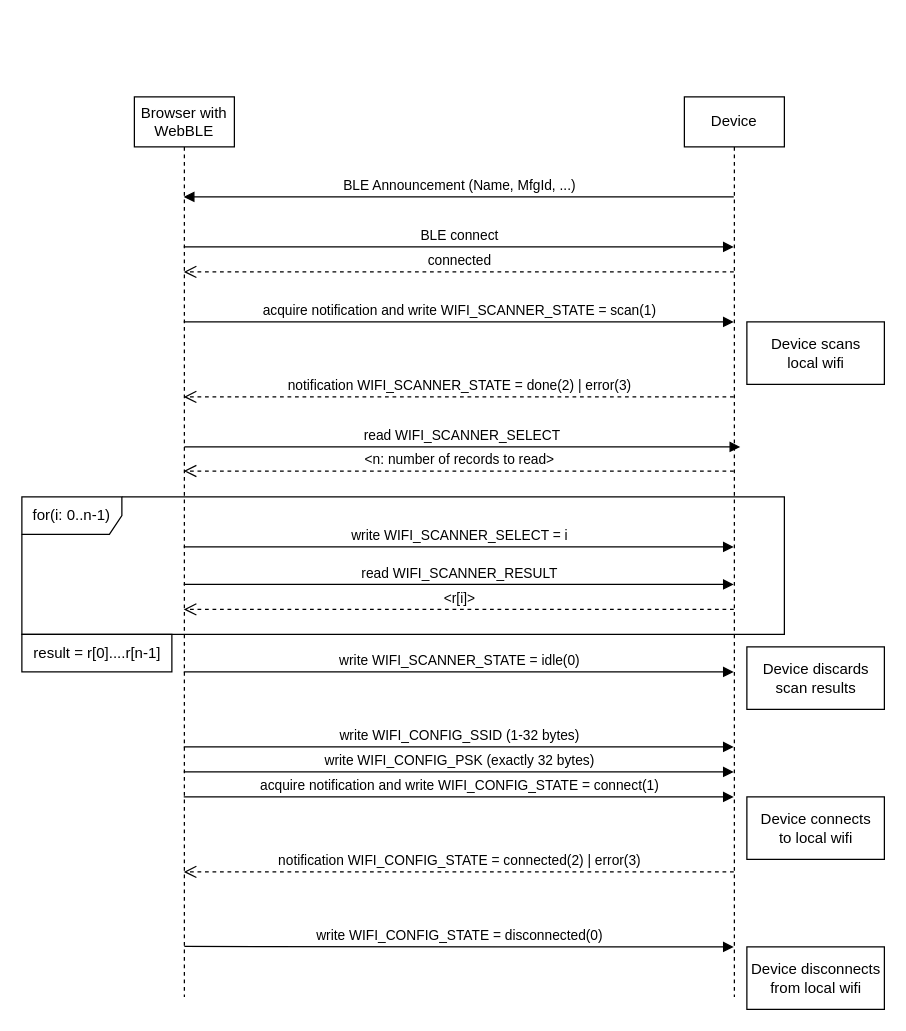
Before: docs/sequence_ble_wifi_setup.drawio in omnect/wifi-commissioning-gatt-service, a draw.io diagram. Source tidied: cells renumbered, new cells numbered last; positions are measured from the earlier drawing's top-left corner, leaving out a move shared by most shapes. Both pictures are drawn from the tidied source at 125%, with x=0, y=0 at pixel (21, 96).
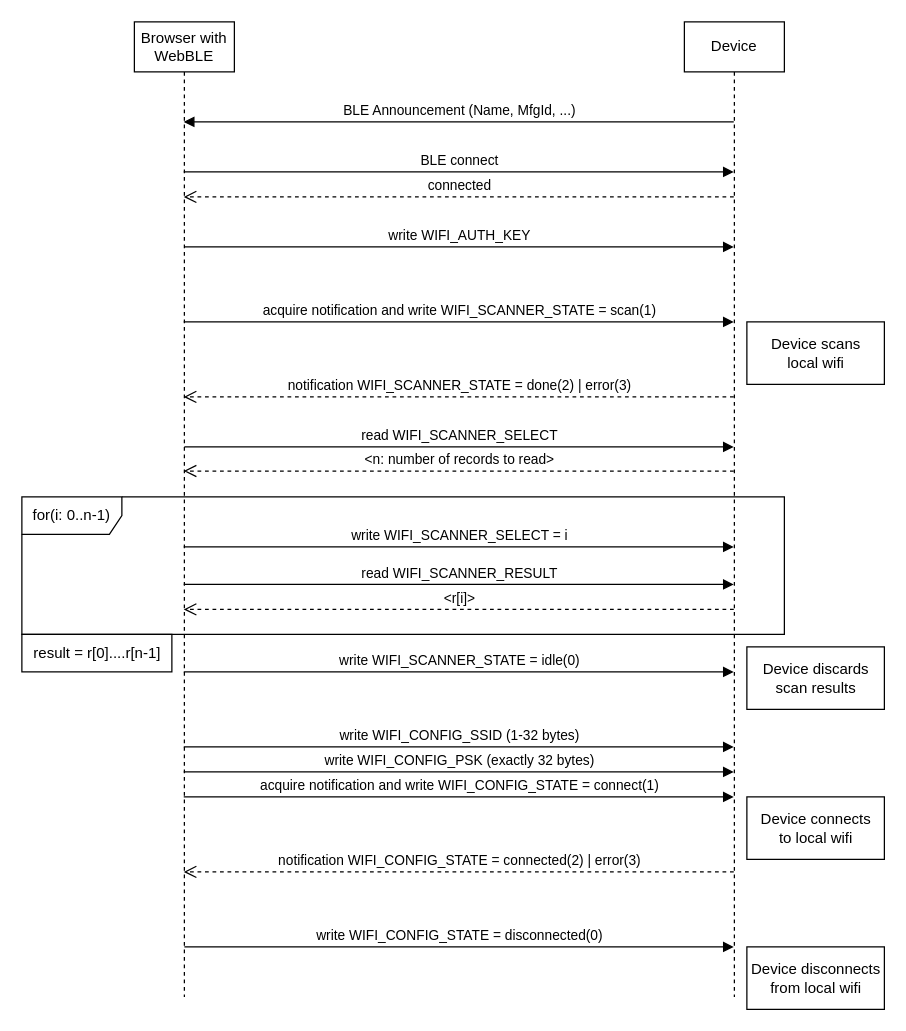
After the change.

What changed in the source:
```diff
@@
     <mxCell id="2" value="&lt;span&gt;Browser with WebBLE&lt;/span&gt;" style="shape=umlLifeline;perimeter=lifelinePerimeter;whiteSpace=wrap;html=1;outlineConnect=0;" parent="1" vertex="1">
-      <mxGeometry x="90" width="80" height="720" as="geometry" />
+      <mxGeometry x="90" y="-60" width="80" height="780" as="geometry" />
     </mxCell>
     <mxCell id="3" value="Device" style="shape=umlLifeline;perimeter=lifelinePerimeter;whiteSpace=wrap;html=1;outlineConnect=0;" parent="1" vertex="1">
-      <mxGeometry x="530" width="80" height="720" as="geometry" />
+      <mxGeometry x="530" y="-60" width="80" height="780" as="geometry" />
     </mxCell>
     <mxCell id="4" value="BLE Announcement (Name, MfgId, ...)" style="html=1;verticalAlign=bottom;endArrow=block;" parent="1" edge="1" source="3" target="2">
       <mxGeometry relative="1" as="geometry">
         <Array as="points">
-          <mxPoint x="460" y="80" />
+          <mxPoint x="470" y="20" />
         </Array>
       </mxGeometry>
     </mxCell>
     <mxCell id="5" value="BLE connect" style="html=1;verticalAlign=bottom;endArrow=block;" parent="1" edge="1" source="2" target="3">
       <mxGeometry relative="1" as="geometry">
         <Array as="points">
-          <mxPoint x="370" y="120" />
+          <mxPoint x="390" y="60" />
         </Array>
       </mxGeometry>
     </mxCell>
     <mxCell id="6" value="connected" style="html=1;verticalAlign=bottom;endArrow=open;dashed=1;endSize=8;" parent="1" edge="1" source="3" target="2">
       <mxGeometry relative="1" as="geometry">
         <Array as="points">
-          <mxPoint x="360" y="140" />
+          <mxPoint x="360" y="80" />
         </Array>
       </mxGeometry>
     </mxCell>
@@
-    <mxCell id="9" value="read WIFI_SCANNER_SELECT" style="html=1;verticalAlign=bottom;endArrow=block;" parent="1" edge="1">
+    <mxCell id="9" value="read WIFI_SCANNER_SELECT" style="html=1;verticalAlign=bottom;endArrow=block;" parent="1" edge="1" target="3">
       <mxGeometry relative="1" as="geometry">
         <mxPoint x="130" y="280" as="sourcePoint" />
-        <mxPoint x="574.7" y="280" as="targetPoint" />
         <Array as="points">
           <mxPoint x="390.2" y="280" />
         </Array>
       </mxGeometry>
     </mxCell>
@@
-    <mxCell id="24" value="write WIFI_CONFIG_STATE = disconnected(0)" style="html=1;verticalAlign=bottom;endArrow=block;exitX=0.5;exitY=0.944;exitDx=0;exitDy=0;exitPerimeter=0;" parent="1" edge="1" source="2">
+    <mxCell id="24" value="write WIFI_CONFIG_STATE = disconnected(0)" style="html=1;verticalAlign=bottom;endArrow=block;" parent="1" edge="1">
       <mxGeometry relative="1" as="geometry">
+        <mxPoint x="130" y="680" as="sourcePoint" />
         <mxPoint x="569.5" y="680" as="targetPoint" />
         <Array as="points">
           <mxPoint x="390.2" y="680" />
         </Array>
       </mxGeometry>
     </mxCell>
@@
+    <mxCell id="26" value="write WIFI_AUTH_KEY" style="html=1;verticalAlign=bottom;endArrow=block;" parent="1" edge="1" target="3">
+      <mxGeometry relative="1" as="geometry">
+        <mxPoint x="130" y="120" as="sourcePoint" />
+        <Array as="points">
+          <mxPoint x="390.2" y="120" />
+        </Array>
+      </mxGeometry>
+    </mxCell>
```
